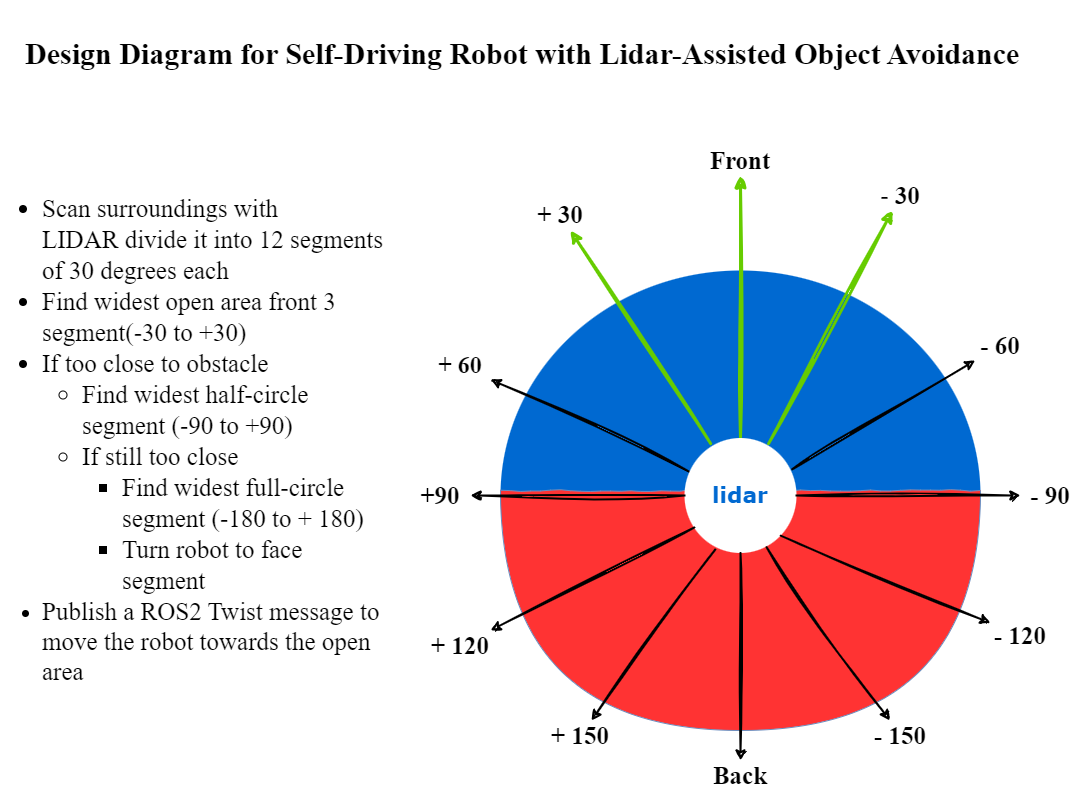
Earlier version of the draw.io export docs/JetBot_lidar.png (Jen-Hung-Ho/ros2_jetbot_tools). Source tidied: cells renumbered, new cells last; positions are measured from the earlier drawing's top-left corner, leaving out a move shared by most shapes.
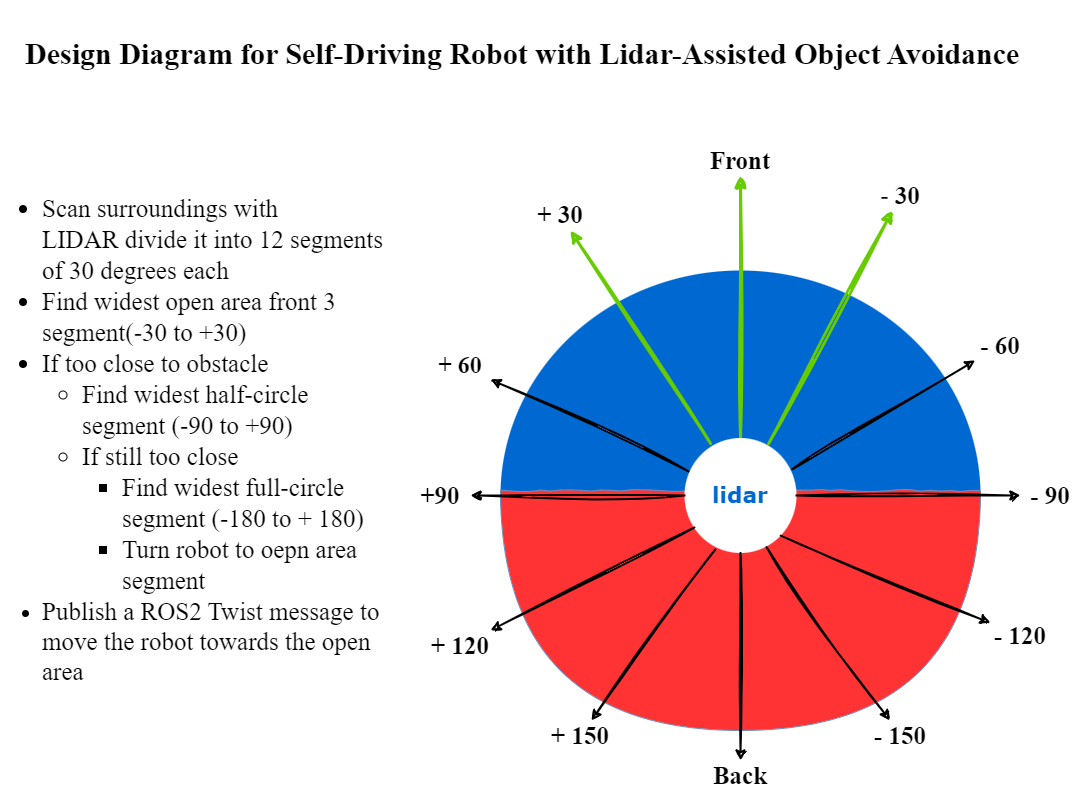
After the change.

Diff of the diagram source:
```diff
@@ -53,7 +53,7 @@
     <mxCell id="18" value="Back" style="text;html=1;strokeColor=none;fillColor=none;align=center;verticalAlign=middle;whiteSpace=wrap;rounded=0;fontSize=25;fontFamily=Times New Roman;fontStyle=1;" parent="1" vertex="1">
       <mxGeometry x="710" y="750" width="60" height="30" as="geometry" />
     </mxCell>
-    <mxCell id="19" value="&lt;ul style=&quot;&quot;&gt;&lt;li style=&quot;font-size: 25px;&quot;&gt;&lt;font style=&quot;font-size: 25px;&quot; face=&quot;Times New Roman&quot;&gt;Scan surroundings with LIDAR&amp;nbsp;divide it into 12 segments of 30 degrees each&lt;/font&gt;&lt;/li&gt;&lt;li style=&quot;font-size: 25px;&quot;&gt;&lt;font style=&quot;font-size: 25px;&quot; face=&quot;Times New Roman&quot;&gt;Find widest open area front 3 segment(-30 to +30)&lt;/font&gt;&lt;br&gt;&lt;/li&gt;&lt;li style=&quot;font-size: 25px;&quot;&gt;&lt;font style=&quot;font-size: 25px;&quot; face=&quot;Times New Roman&quot;&gt;If too close to obstacle&lt;br&gt;&lt;/font&gt;&lt;/li&gt;&lt;ul style=&quot;&quot;&gt;&lt;li style=&quot;font-size: 25px;&quot;&gt;&lt;font style=&quot;font-size: 25px;&quot; face=&quot;Times New Roman&quot;&gt;Find widest half-circle segment (-90 to +90)&lt;/font&gt;&lt;/li&gt;&lt;li style=&quot;font-size: 25px;&quot;&gt;&lt;font style=&quot;font-size: 25px;&quot; face=&quot;Times New Roman&quot;&gt;If still too close&lt;/font&gt;&lt;/li&gt;&lt;ul style=&quot;font-size: 25px;&quot;&gt;&lt;li&gt;&lt;font style=&quot;font-size: 25px;&quot; face=&quot;Times New Roman&quot;&gt;Find widest full-circle segment (-180 to + 180)&lt;/font&gt;&lt;/li&gt;&lt;li&gt;&lt;font style=&quot;font-size: 25px;&quot; face=&quot;Times New Roman&quot;&gt;Turn robot to face segment&lt;/font&gt;&lt;/li&gt;&lt;/ul&gt;&lt;/ul&gt;&lt;li&gt;&lt;font style=&quot;font-size: 25px;&quot; face=&quot;Times New Roman&quot;&gt;Publish a ROS2 Twist message to move the robot towards the open area&lt;/font&gt;&lt;br&gt;&lt;/li&gt;&lt;/ul&gt;" style="text;strokeColor=none;fillColor=none;html=1;whiteSpace=wrap;verticalAlign=middle;overflow=hidden;fontSize=20;fontFamily=Architects Daughter;" parent="1" vertex="1">
+    <mxCell id="19" value="&lt;ul style=&quot;&quot;&gt;&lt;li style=&quot;font-size: 25px;&quot;&gt;&lt;font style=&quot;font-size: 25px;&quot; face=&quot;Times New Roman&quot;&gt;Scan surroundings with LIDAR&amp;nbsp;divide it into 12 segments of 30 degrees each&lt;/font&gt;&lt;/li&gt;&lt;li style=&quot;font-size: 25px;&quot;&gt;&lt;font style=&quot;font-size: 25px;&quot; face=&quot;Times New Roman&quot;&gt;Find widest open area front 3 segment(-30 to +30)&lt;/font&gt;&lt;br&gt;&lt;/li&gt;&lt;li style=&quot;font-size: 25px;&quot;&gt;&lt;font style=&quot;font-size: 25px;&quot; face=&quot;Times New Roman&quot;&gt;If too close to obstacle&lt;br&gt;&lt;/font&gt;&lt;/li&gt;&lt;ul style=&quot;&quot;&gt;&lt;li style=&quot;font-size: 25px;&quot;&gt;&lt;font style=&quot;font-size: 25px;&quot; face=&quot;Times New Roman&quot;&gt;Find widest half-circle segment (-90 to +90)&lt;/font&gt;&lt;/li&gt;&lt;li style=&quot;font-size: 25px;&quot;&gt;&lt;font style=&quot;font-size: 25px;&quot; face=&quot;Times New Roman&quot;&gt;If still too close&lt;/font&gt;&lt;/li&gt;&lt;ul style=&quot;font-size: 25px;&quot;&gt;&lt;li&gt;&lt;font style=&quot;font-size: 25px;&quot; face=&quot;Times New Roman&quot;&gt;Find widest full-circle segment (-180 to + 180)&lt;/font&gt;&lt;/li&gt;&lt;li&gt;&lt;font style=&quot;font-size: 25px;&quot; face=&quot;Times New Roman&quot;&gt;Turn robot to oepn area segment&lt;/font&gt;&lt;/li&gt;&lt;/ul&gt;&lt;/ul&gt;&lt;li&gt;&lt;font style=&quot;font-size: 25px;&quot; face=&quot;Times New Roman&quot;&gt;Publish a ROS2 Twist message to move the robot towards the open area&lt;/font&gt;&lt;br&gt;&lt;/li&gt;&lt;/ul&gt;" style="text;strokeColor=none;fillColor=none;html=1;whiteSpace=wrap;verticalAlign=middle;overflow=hidden;fontSize=20;fontFamily=Architects Daughter;" parent="1" vertex="1">
       <mxGeometry y="130" width="390" height="600" as="geometry" />
     </mxCell>
     <mxCell id="20" value="&lt;h1&gt;&lt;font style=&quot;&quot; face=&quot;Times New Roman&quot;&gt;&lt;font style=&quot;font-size: 30px;&quot;&gt;Design Diagram for Self-Driving Robot with Lidar-Assisted Object Avoidance&lt;/font&gt;&lt;/font&gt;&lt;/h1&gt;" style="text;html=1;strokeColor=none;fillColor=none;spacing=5;spacingTop=-20;whiteSpace=wrap;overflow=hidden;rounded=0;fontSize=20;fontFamily=Architects Daughter;" parent="1" vertex="1">
```
